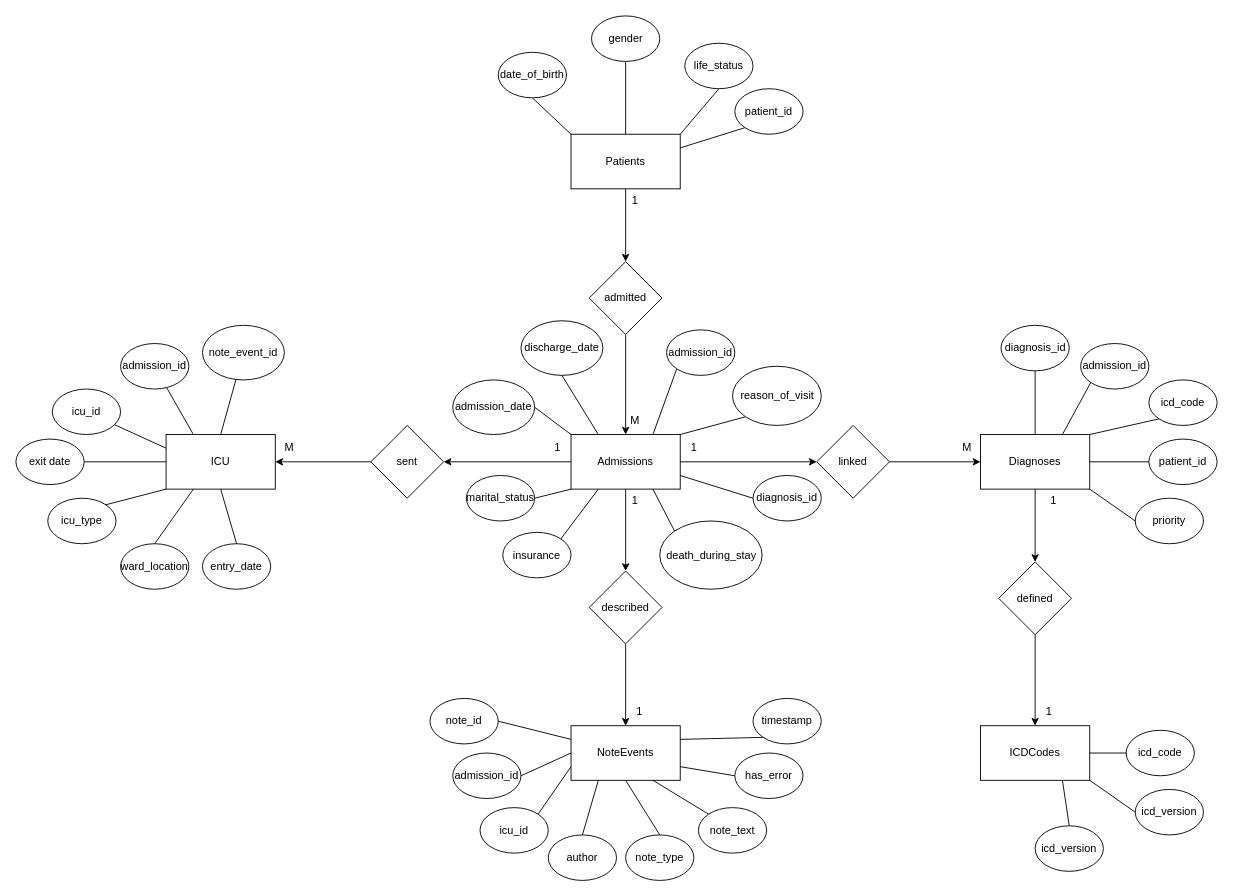
Above: page "Chen Diagram" (3 of 3) of Untitled Diagram.drawio in Joshua131313/soen363 (draw.io), before the change. Source tidied: cells renumbered, new cells numbered last; positions are measured from the earlier drawing's top-left corner, leaving out a move shared by most shapes. Both pictures are drawn from the tidied source at 91%, with x=0, y=0 at pixel (15, 15).
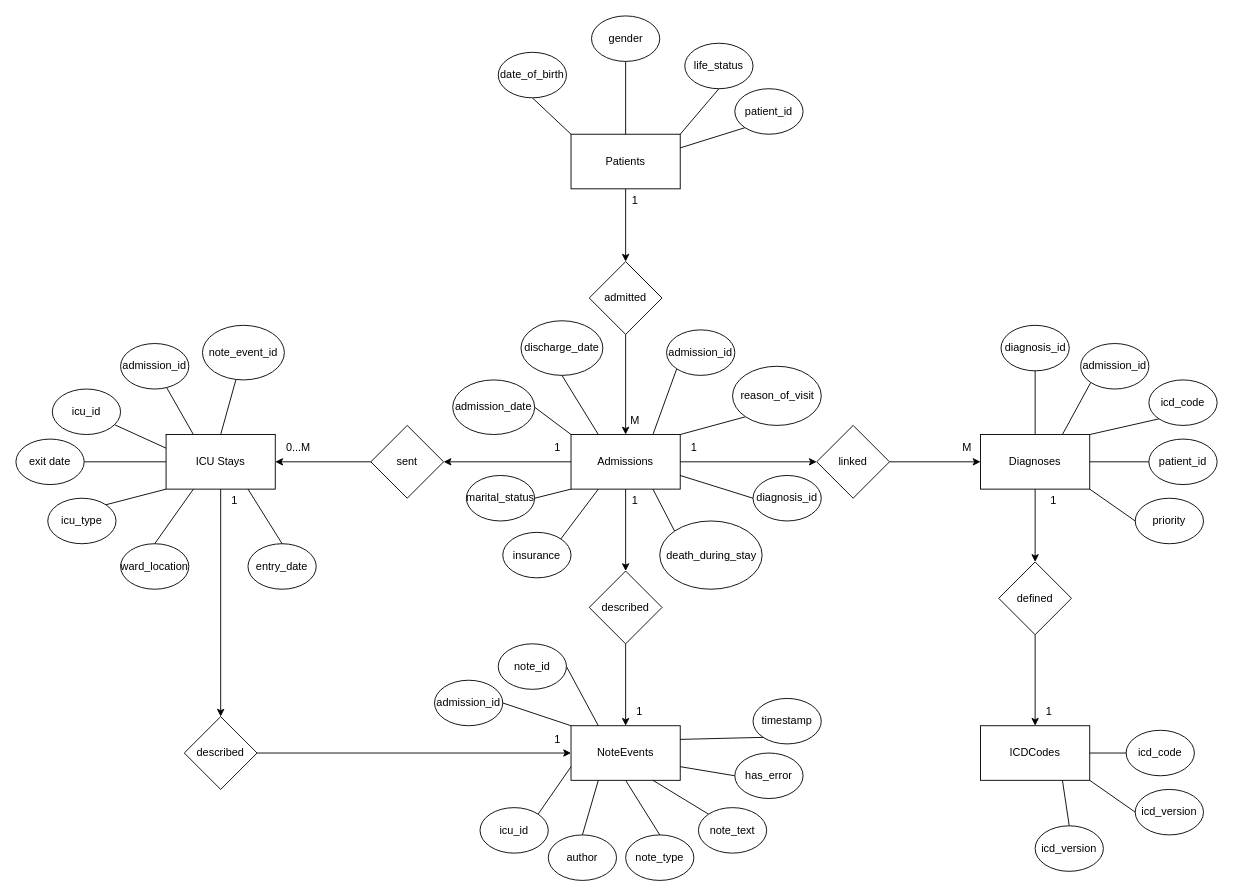
The same diagram, later.

Commit message:
Updated Chen Diagram

Unchanged cells that the change refers to:
```xml
<mxCell id="4" value="NoteEvents" style="whiteSpace=wrap;html=1;" parent="1" vertex="1">
  <mxGeometry x="610" y="780" width="120" height="60" as="geometry" />
</mxCell>
```

The edit, as a diff of the source:
```diff
@@
+    <mxCell id="103" style="edgeStyle=orthogonalEdgeStyle;rounded=0;jettySize=auto;html=1;exitX=1;exitY=0.5;exitDx=0;exitDy=0;entryX=0;entryY=0.5;entryDx=0;entryDy=0;" parent="1" edge="1" source="105" target="4">
+      <mxGeometry relative="1" as="geometry" />
+    </mxCell>
-    <mxCell id="5" value="ICU" style="whiteSpace=wrap;html=1;" parent="1" vertex="1">
+    <mxCell id="5" value="ICU Stays" style="whiteSpace=wrap;html=1;" parent="1" vertex="1">
       <mxGeometry x="165" y="460" width="120" height="60" as="geometry" />
     </mxCell>
@@
-    <mxCell id="33" style="rounded=0;jettySize=auto;html=1;exitX=0.5;exitY=0;exitDx=0;exitDy=0;entryX=0.5;entryY=1;entryDx=0;entryDy=0;startArrow=none;startFill=0;endArrow=none;endFill=0;" parent="1" edge="1" source="34" target="5">
+    <mxCell id="33" style="rounded=0;jettySize=auto;html=1;exitX=0.5;exitY=0;exitDx=0;exitDy=0;entryX=0.75;entryY=1;entryDx=0;entryDy=0;startArrow=none;startFill=0;endArrow=none;endFill=0;" parent="1" edge="1" source="34" target="5">
       <mxGeometry relative="1" as="geometry" />
     </mxCell>
     <mxCell id="34" value="entry_date" style="ellipse;whiteSpace=wrap;html=1;" parent="1" vertex="1">
-      <mxGeometry x="205" y="580" width="75" height="50" as="geometry" />
+      <mxGeometry x="255" y="580" width="75" height="50" as="geometry" />
     </mxCell>
-    <mxCell id="35" style="rounded=0;jettySize=auto;html=1;exitX=1;exitY=0.5;exitDx=0;exitDy=0;entryX=0;entryY=0.25;entryDx=0;entryDy=0;endArrow=none;endFill=0;" parent="1" edge="1" source="36" target="4">
+    <mxCell id="35" style="rounded=0;jettySize=auto;html=1;exitX=1;exitY=0.5;exitDx=0;exitDy=0;entryX=0.25;entryY=0;entryDx=0;entryDy=0;endArrow=none;endFill=0;" parent="1" edge="1" source="36" target="4">
       <mxGeometry relative="1" as="geometry" />
     </mxCell>
     <mxCell id="36" value="note_id" style="ellipse;whiteSpace=wrap;html=1;" parent="1" vertex="1">
-      <mxGeometry x="455" y="750" width="75" height="50" as="geometry" />
+      <mxGeometry x="530" y="690" width="75" height="50" as="geometry" />
     </mxCell>
-    <mxCell id="37" style="rounded=0;jettySize=auto;html=1;exitX=1;exitY=0.5;exitDx=0;exitDy=0;entryX=0;entryY=0.5;entryDx=0;entryDy=0;endArrow=none;endFill=0;" parent="1" edge="1" source="38" target="4">
+    <mxCell id="37" style="rounded=0;jettySize=auto;html=1;exitX=1;exitY=0.5;exitDx=0;exitDy=0;entryX=0;entryY=0;entryDx=0;entryDy=0;endArrow=none;endFill=0;" parent="1" edge="1" source="38" target="4">
       <mxGeometry relative="1" as="geometry" />
     </mxCell>
     <mxCell id="38" value="admission_id" style="ellipse;whiteSpace=wrap;html=1;" parent="1" vertex="1">
-      <mxGeometry x="480" y="810" width="75" height="50" as="geometry" />
+      <mxGeometry x="460" y="730" width="75" height="50" as="geometry" />
     </mxCell>
@@
-    <mxCell id="96" value="M" style="text;html=1;align=center;verticalAlign=middle;strokeColor=none;fillColor=none;" parent="1" vertex="1">
-      <mxGeometry x="285" y="460" width="30" height="30" as="geometry" />
+    <mxCell id="96" value="0...M" style="text;html=1;align=center;verticalAlign=middle;strokeColor=none;fillColor=none;" parent="1" vertex="1">
+      <mxGeometry x="285" y="460" width="50" height="30" as="geometry" />
     </mxCell>
@@
+    <mxCell id="104" style="edgeStyle=orthogonalEdgeStyle;rounded=0;jettySize=auto;html=1;exitX=0.5;exitY=1;exitDx=0;exitDy=0;entryX=0.5;entryY=0;entryDx=0;entryDy=0;" parent="1" edge="1" source="5" target="105">
+      <mxGeometry relative="1" as="geometry" />
+    </mxCell>
+    <mxCell id="105" value="described" style="rhombus;whiteSpace=wrap;html=1;" parent="1" vertex="1">
+      <mxGeometry x="185" y="770" width="80" height="80" as="geometry" />
+    </mxCell>
+    <mxCell id="106" value="1" style="text;html=1;align=center;verticalAlign=middle;strokeColor=none;fillColor=none;" parent="1" vertex="1">
+      <mxGeometry x="225" y="518" width="30" height="30" as="geometry" />
+    </mxCell>
+    <mxCell id="107" value="1" style="text;html=1;align=center;verticalAlign=middle;strokeColor=none;fillColor=none;" parent="1" vertex="1">
+      <mxGeometry x="580" y="780" width="30" height="30" as="geometry" />
+    </mxCell>
```
